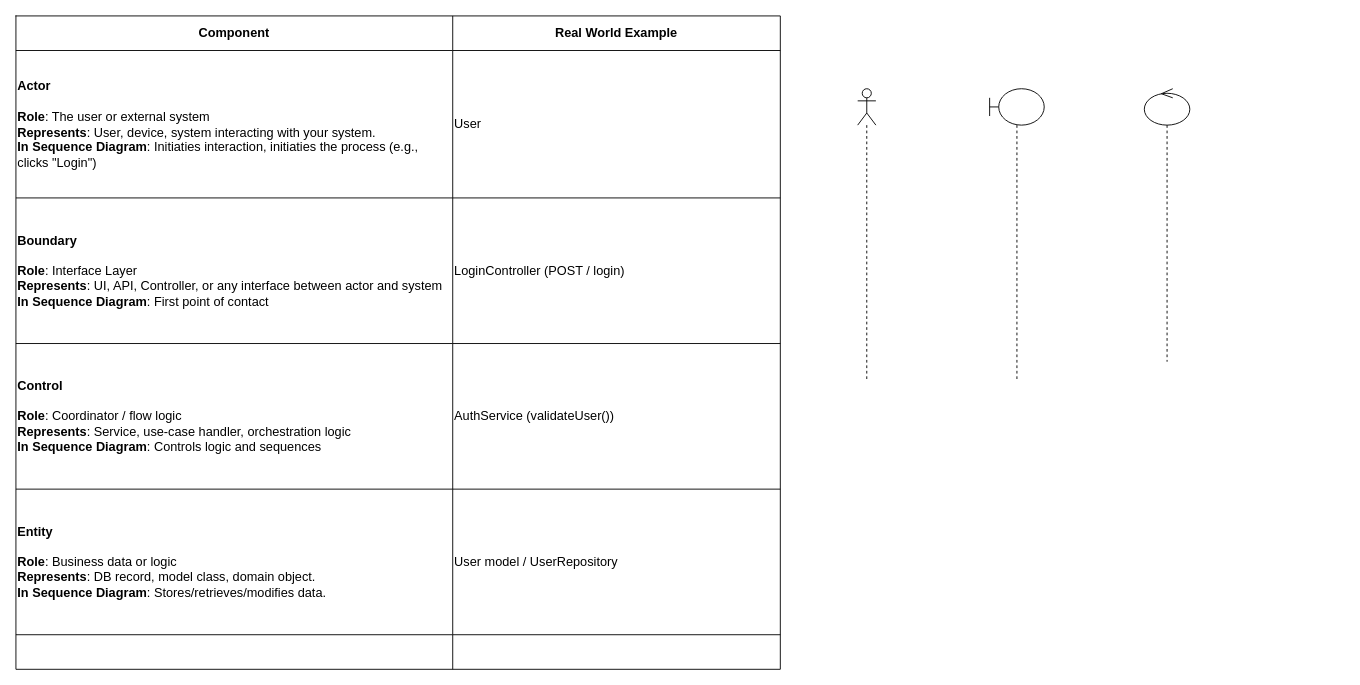
The draw.io diagram SequenceDiagram.drawio in tyk1hc/drawio, before the edit. Source tidied: cells renumbered, new cells numbered last; positions are measured from the earlier drawing's top-left corner, leaving out a move shared by most shapes. Both pictures are drawn from the tidied source at 91%, with x=0, y=0 at pixel (15, 15).
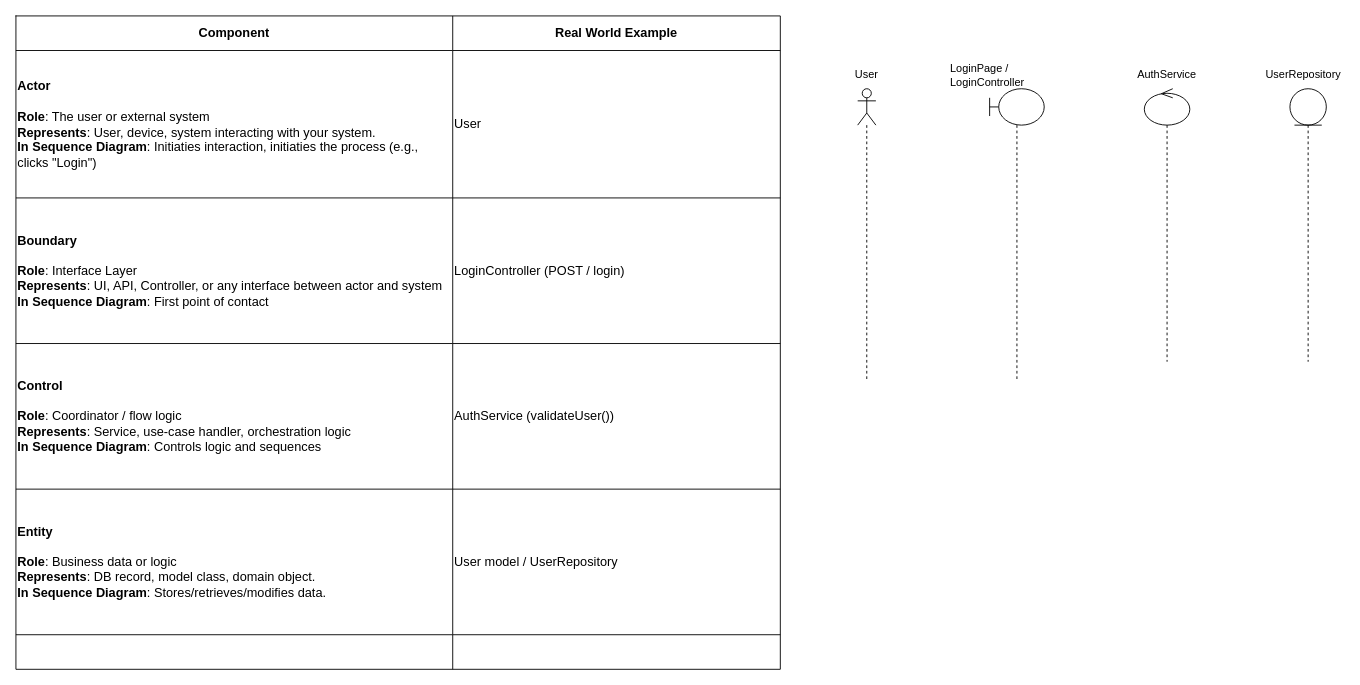
The same page after the edit.

The edit, as a diff of the source:
```diff
@@
+    <mxCell id="24" value="LoginPage / LoginController" style="text;html=1;align=left;verticalAlign=middle;whiteSpace=wrap;rounded=0;" parent="1" vertex="1">
+      <mxGeometry x="1025" y="50" width="150" height="30" as="geometry" />
+    </mxCell>
+    <mxCell id="25" value="AuthService" style="text;html=1;align=center;verticalAlign=middle;whiteSpace=wrap;rounded=0;" parent="1" vertex="1">
+      <mxGeometry x="1235" y="50" width="60" height="30" as="geometry" />
+    </mxCell>
+    <mxCell id="26" style="shape=umlLifeline;perimeter=lifelinePerimeter;whiteSpace=wrap;html=1;newEdgeStyle={&quot;curved&quot;:0,&quot;rounded&quot;:0};participant=umlEntity;" parent="1" vertex="1">
+      <mxGeometry x="1400" y="80" width="40" height="300" as="geometry" />
+    </mxCell>
+    <mxCell id="27" value="UserRepository" style="text;html=1;align=center;verticalAlign=middle;whiteSpace=wrap;rounded=0;" parent="1" vertex="1">
+      <mxGeometry x="1370" y="50" width="90" height="30" as="geometry" />
+    </mxCell>
+    <mxCell id="28" value="User" style="text;html=1;align=center;verticalAlign=middle;whiteSpace=wrap;rounded=0;" parent="1" vertex="1">
+      <mxGeometry x="905" y="50" width="60" height="30" as="geometry" />
+    </mxCell>
```
